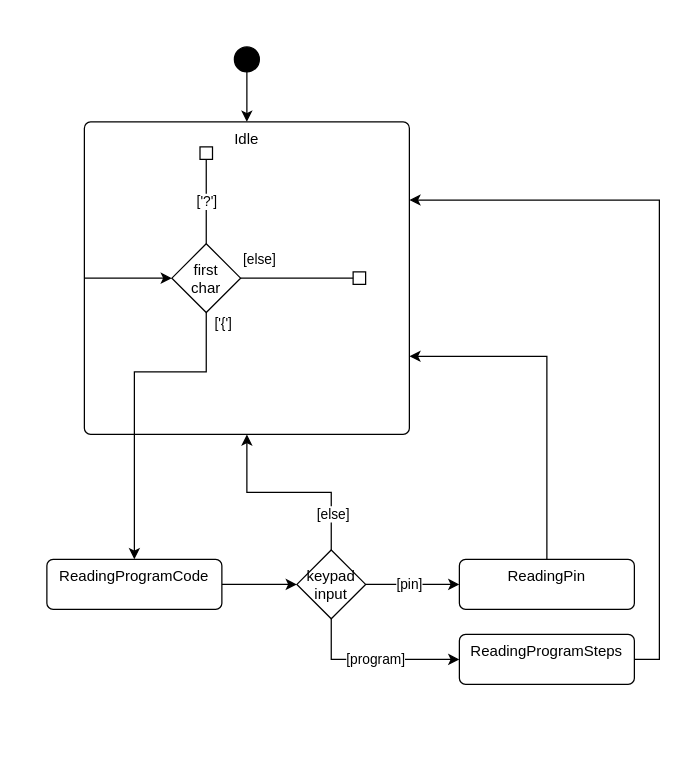
The draw.io diagram page "TerminalAo state machine" (5 of 5) of Software/Res/SoftwareArchitecture.drawio in mrstefangrimm/Parc, before the edit. Source tidied: cells renumbered, new cells numbered last; positions are measured from the earlier drawing's top-left corner, leaving out a move shared by most shapes. Both pictures are drawn from the tidied source at 125%, with x=0, y=0 at pixel (46, 46).
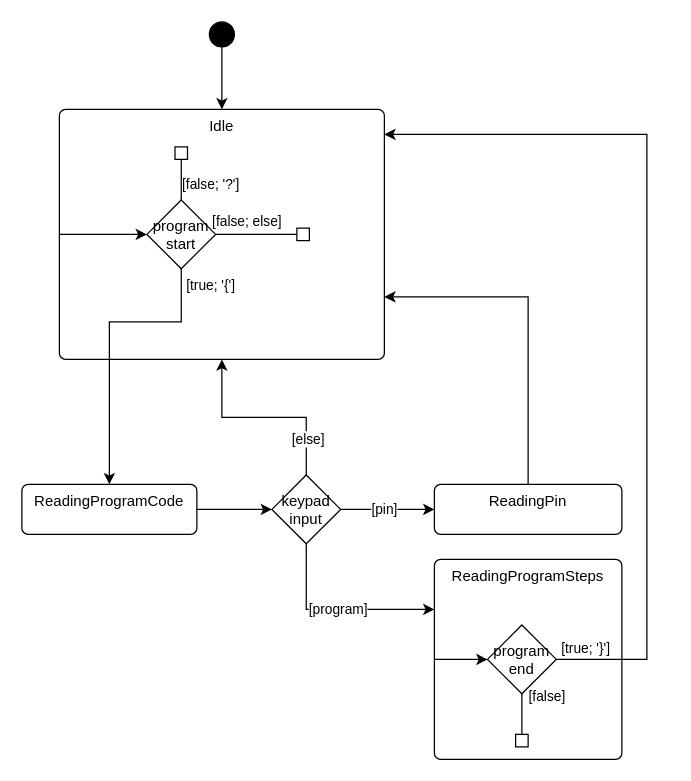
The same page after the edit.

Change to the diagram source:
```diff
@@
     <mxCell id="2" value="Idle" style="html=1;align=center;verticalAlign=top;rounded=1;absoluteArcSize=1;arcSize=10;dashed=0;whiteSpace=wrap;" parent="1" vertex="1">
-      <mxGeometry x="30" y="60" width="260" height="250" as="geometry" />
+      <mxGeometry x="10" y="50" width="260" height="200" as="geometry" />
     </mxCell>
     <mxCell id="3" style="edgeStyle=orthogonalEdgeStyle;rounded=0;jettySize=auto;html=1;entryX=0.5;entryY=0;entryDx=0;entryDy=0;exitX=0.5;exitY=1;exitDx=0;exitDy=0;" parent="1" edge="1" source="20" target="6">
       <mxGeometry relative="1" as="geometry">
         <Array as="points">
-          <mxPoint x="128" y="260" />
-          <mxPoint x="70" y="260" />
+          <mxPoint x="108" y="220" />
+          <mxPoint x="50" y="220" />
         </Array>
       </mxGeometry>
     </mxCell>
-    <mxCell id="4" value="['{']" style="edgeLabel;html=1;align=center;verticalAlign=middle;" parent="3" vertex="1">
+    <mxCell id="4" value="[true; '{']" style="edgeLabel;html=1;align=center;verticalAlign=middle;" parent="3" vertex="1">
       <mxGeometry x="0.02" y="-1" relative="1" as="geometry">
-        <mxPoint x="71" y="-65" as="offset" />
+        <mxPoint x="81" y="-47" as="offset" />
       </mxGeometry>
     </mxCell>
@@
     <mxCell id="6" value="ReadingProgramCode" style="html=1;align=center;verticalAlign=top;rounded=1;absoluteArcSize=1;arcSize=10;dashed=0;whiteSpace=wrap;" parent="1" vertex="1">
-      <mxGeometry y="410" width="140" height="40" as="geometry" />
+      <mxGeometry x="-20" y="350" width="140" height="40" as="geometry" />
     </mxCell>
-    <mxCell id="7" style="edgeStyle=orthogonalEdgeStyle;rounded=0;jettySize=auto;html=1;entryX=1;entryY=0.25;entryDx=0;entryDy=0;exitX=1;exitY=0.5;exitDx=0;exitDy=0;" parent="1" edge="1" source="8" target="2">
-      <mxGeometry relative="1" as="geometry" />
-    </mxCell>
     <mxCell id="8" value="ReadingProgramSteps" style="html=1;align=center;verticalAlign=top;rounded=1;absoluteArcSize=1;arcSize=10;dashed=0;whiteSpace=wrap;" parent="1" vertex="1">
-      <mxGeometry x="330" y="470" width="140" height="40" as="geometry" />
+      <mxGeometry x="310" y="410" width="150" height="160" as="geometry" />
     </mxCell>
@@
     <mxCell id="10" value="ReadingPin" style="html=1;align=center;verticalAlign=top;rounded=1;absoluteArcSize=1;arcSize=10;dashed=0;whiteSpace=wrap;" parent="1" vertex="1">
-      <mxGeometry x="330" y="410" width="140" height="40" as="geometry" />
+      <mxGeometry x="310" y="350" width="150" height="40" as="geometry" />
     </mxCell>
@@
     <mxCell id="12" style="ellipse;fillColor=strokeColor;html=1;" parent="1" vertex="1">
-      <mxGeometry x="150" width="20" height="20" as="geometry" />
+      <mxGeometry x="130" y="-20" width="20" height="20" as="geometry" />
     </mxCell>
-    <mxCell id="13" value="[program]" style="edgeStyle=orthogonalEdgeStyle;rounded=0;jettySize=auto;html=1;exitX=0.5;exitY=1;exitDx=0;exitDy=0;entryX=0;entryY=0.5;entryDx=0;entryDy=0;" parent="1" edge="1" source="17" target="8">
+    <mxCell id="13" value="[program]" style="edgeStyle=orthogonalEdgeStyle;rounded=0;jettySize=auto;html=1;exitX=0.5;exitY=1;exitDx=0;exitDy=0;entryX=0;entryY=0.25;entryDx=0;entryDy=0;" parent="1" edge="1" source="17" target="8">
       <mxGeometry relative="1" as="geometry" />
     </mxCell>
@@
     <mxCell id="17" value="keypad&#10;input" style="rhombus;" parent="1" vertex="1">
-      <mxGeometry x="200" y="402.5" width="55" height="55" as="geometry" />
+      <mxGeometry x="180" y="342.5" width="55" height="55" as="geometry" />
     </mxCell>
     <mxCell id="18" style="whiteSpace=wrap;html=1;" parent="1" vertex="1">
-      <mxGeometry x="122.5" y="80" width="10" height="10" as="geometry" />
+      <mxGeometry x="102.5" y="80" width="10" height="10" as="geometry" />
     </mxCell>
-    <mxCell id="19" value="['?']" style="endArrow=none;html=1;rounded=0;exitX=0.5;exitY=0;exitDx=0;exitDy=0;entryX=0.5;entryY=1;entryDx=0;entryDy=0;" parent="1" edge="1" source="20" target="18">
-      <mxGeometry relative="1" as="geometry" />
+    <mxCell id="19" value="[false; '?']" style="endArrow=none;html=1;rounded=0;exitX=0.5;exitY=0;exitDx=0;exitDy=0;entryX=0.5;entryY=1;entryDx=0;entryDy=0;" parent="1" edge="1" source="20" target="18">
+      <mxGeometry x="-0.23" y="-22" relative="1" as="geometry">
+        <mxPoint x="1" as="offset" />
+      </mxGeometry>
     </mxCell>
-    <mxCell id="20" value="first&#10;char" style="rhombus;" parent="1" vertex="1">
-      <mxGeometry x="100" y="157.5" width="55" height="55" as="geometry" />
+    <mxCell id="20" value="program&#10;start" style="rhombus;" parent="1" vertex="1">
+      <mxGeometry x="80" y="122.5" width="55" height="55" as="geometry" />
     </mxCell>
@@
     <mxCell id="22" style="whiteSpace=wrap;html=1;" parent="1" vertex="1">
-      <mxGeometry x="245" y="180" width="10" height="10" as="geometry" />
+      <mxGeometry x="200" y="145" width="10" height="10" as="geometry" />
     </mxCell>
-    <mxCell id="23" value="[else]" style="endArrow=none;html=1;rounded=0;exitX=1;exitY=0.5;exitDx=0;exitDy=0;entryX=0;entryY=0.5;entryDx=0;entryDy=0;" parent="1" edge="1" source="20" target="22">
-      <mxGeometry x="-0.67" y="15" relative="1" as="geometry" />
+    <mxCell id="23" value="[false; else]" style="endArrow=none;html=1;rounded=0;exitX=1;exitY=0.5;exitDx=0;exitDy=0;entryX=0;entryY=0.5;entryDx=0;entryDy=0;" parent="1" edge="1" source="20" target="22">
+      <mxGeometry x="-0.23" y="10" relative="1" as="geometry" />
     </mxCell>
+    <mxCell id="24" value="program&#10;end" style="rhombus;" parent="1" vertex="1">
+      <mxGeometry x="352.5" y="462.5" width="55" height="55" as="geometry" />
+    </mxCell>
+    <mxCell id="25" style="rounded=0;jettySize=auto;html=1;entryX=0;entryY=0.5;entryDx=0;entryDy=0;exitX=0;exitY=0.5;exitDx=0;exitDy=0;" parent="1" edge="1" source="8" target="24">
+      <mxGeometry relative="1" as="geometry" />
+    </mxCell>
+    <mxCell id="26" value="[false]" style="endArrow=none;html=1;rounded=0;entryX=0.5;entryY=1;entryDx=0;entryDy=0;" parent="1" edge="1" source="28" target="24">
+      <mxGeometry x="0.85" y="-20" relative="1" as="geometry" />
+    </mxCell>
+    <mxCell id="27" style="endArrow=none;html=1;rounded=0;entryX=0.5;entryY=1;entryDx=0;entryDy=0;" parent="1" edge="1" target="28">
+      <mxGeometry x="0.01" relative="1" as="geometry">
+        <mxPoint x="380" y="550" as="sourcePoint" />
+      </mxGeometry>
+    </mxCell>
+    <mxCell id="28" style="whiteSpace=wrap;html=1;" parent="1" vertex="1">
+      <mxGeometry x="375" y="550" width="10" height="10" as="geometry" />
+    </mxCell>
+    <mxCell id="7" style="edgeStyle=orthogonalEdgeStyle;rounded=0;jettySize=auto;html=1;entryX=1;entryY=0.25;entryDx=0;entryDy=0;exitX=1;exitY=0.5;exitDx=0;exitDy=0;" parent="1" edge="1" source="24">
+      <mxGeometry relative="1" as="geometry">
+        <mxPoint x="270" y="70" as="targetPoint" />
+        <Array as="points">
+          <mxPoint x="480" y="490" />
+          <mxPoint x="480" y="70" />
+        </Array>
+      </mxGeometry>
+    </mxCell>
+    <mxCell id="29" value="[true; '}']" style="edgeLabel;html=1;align=center;verticalAlign=middle;" parent="7" vertex="1">
+      <mxGeometry x="-0.92" y="1" relative="1" as="geometry">
+        <mxPoint x="-5" y="-9" as="offset" />
+      </mxGeometry>
+    </mxCell>
```
